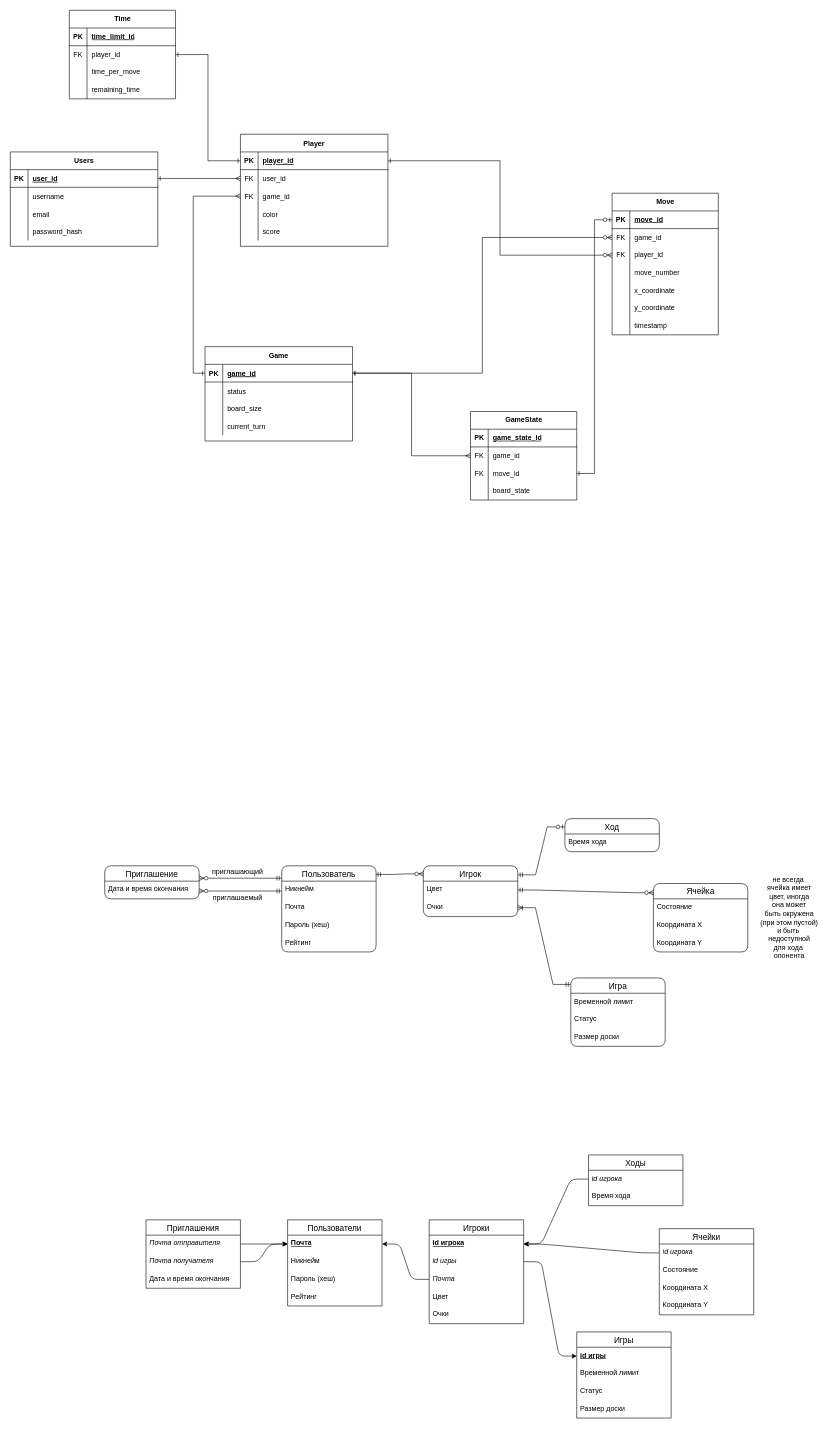
This is go.drawio from matveyGlush/go, a draw.io file, before an edit. Source tidied: cells renumbered, new cells numbered last; positions are measured from the earlier drawing's top-left corner, leaving out a move shared by most shapes. Both pictures are drawn from the tidied source at 59%, with x=0, y=0 at pixel (10, 10).
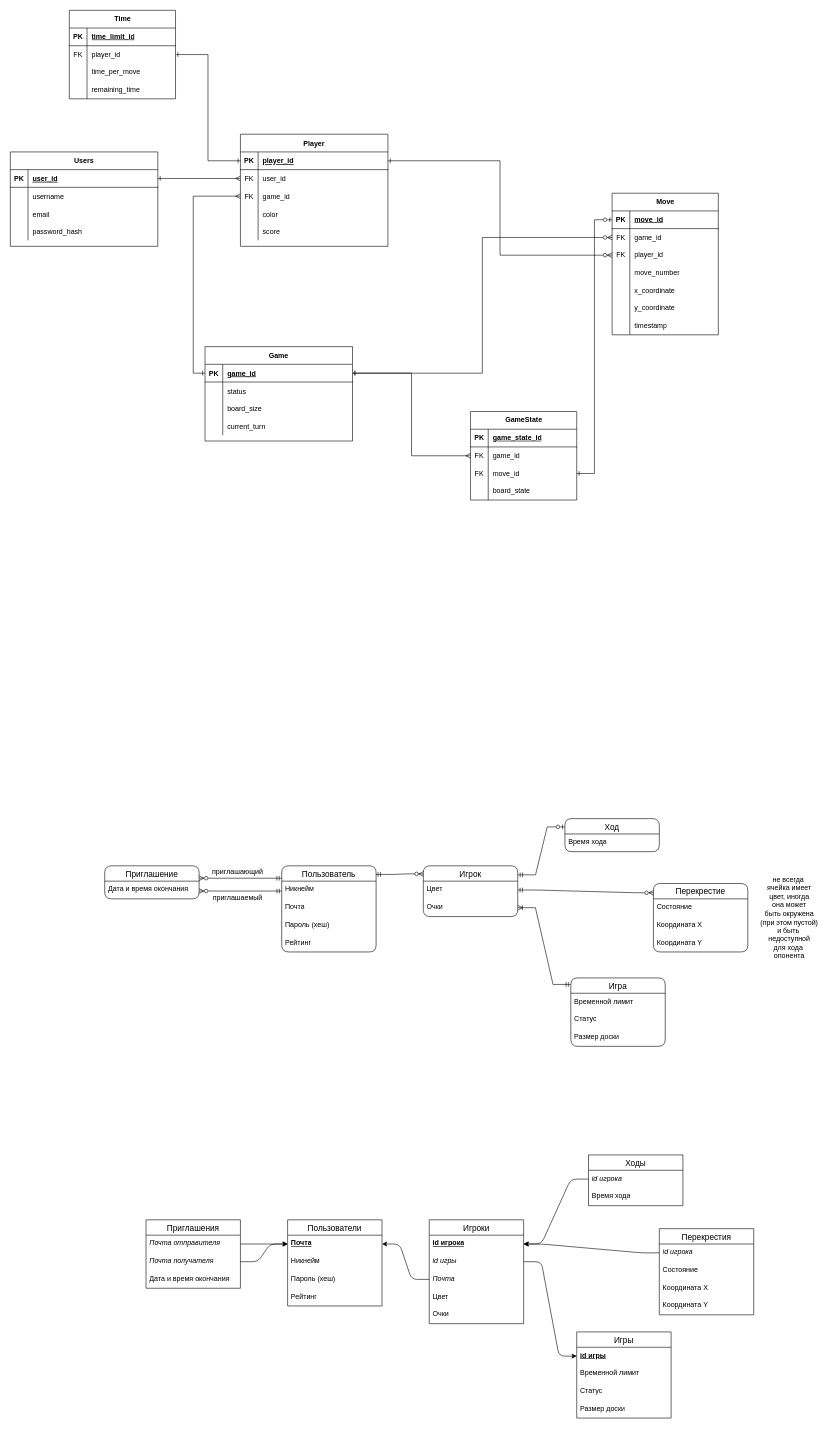
The same page after the edit.

The edit, as a diff of the source:
```diff
@@
-    <mxCell id="113" value="Ячейка" style="swimlane;fontStyle=0;horizontal=1;startSize=26;align=center;fontSize=14;rounded=1;" parent="1" vertex="1">
+    <mxCell id="113" value="Перекрестие" style="swimlane;fontStyle=0;horizontal=1;startSize=26;align=center;fontSize=14;rounded=1;" parent="1" vertex="1">
       <mxGeometry x="1090" y="1480" width="160" height="116" as="geometry" />
     </mxCell>
@@
-    <mxCell id="147" value="Ячейки" style="swimlane;fontStyle=0;horizontal=1;startSize=26;align=center;fontSize=14;rounded=0;" parent="1" vertex="1">
+    <mxCell id="147" value="Перекрестия" style="swimlane;fontStyle=0;horizontal=1;startSize=26;align=center;fontSize=14;rounded=0;" parent="1" vertex="1">
       <mxGeometry x="1100" y="2065" width="160" height="146" as="geometry" />
     </mxCell>
```
